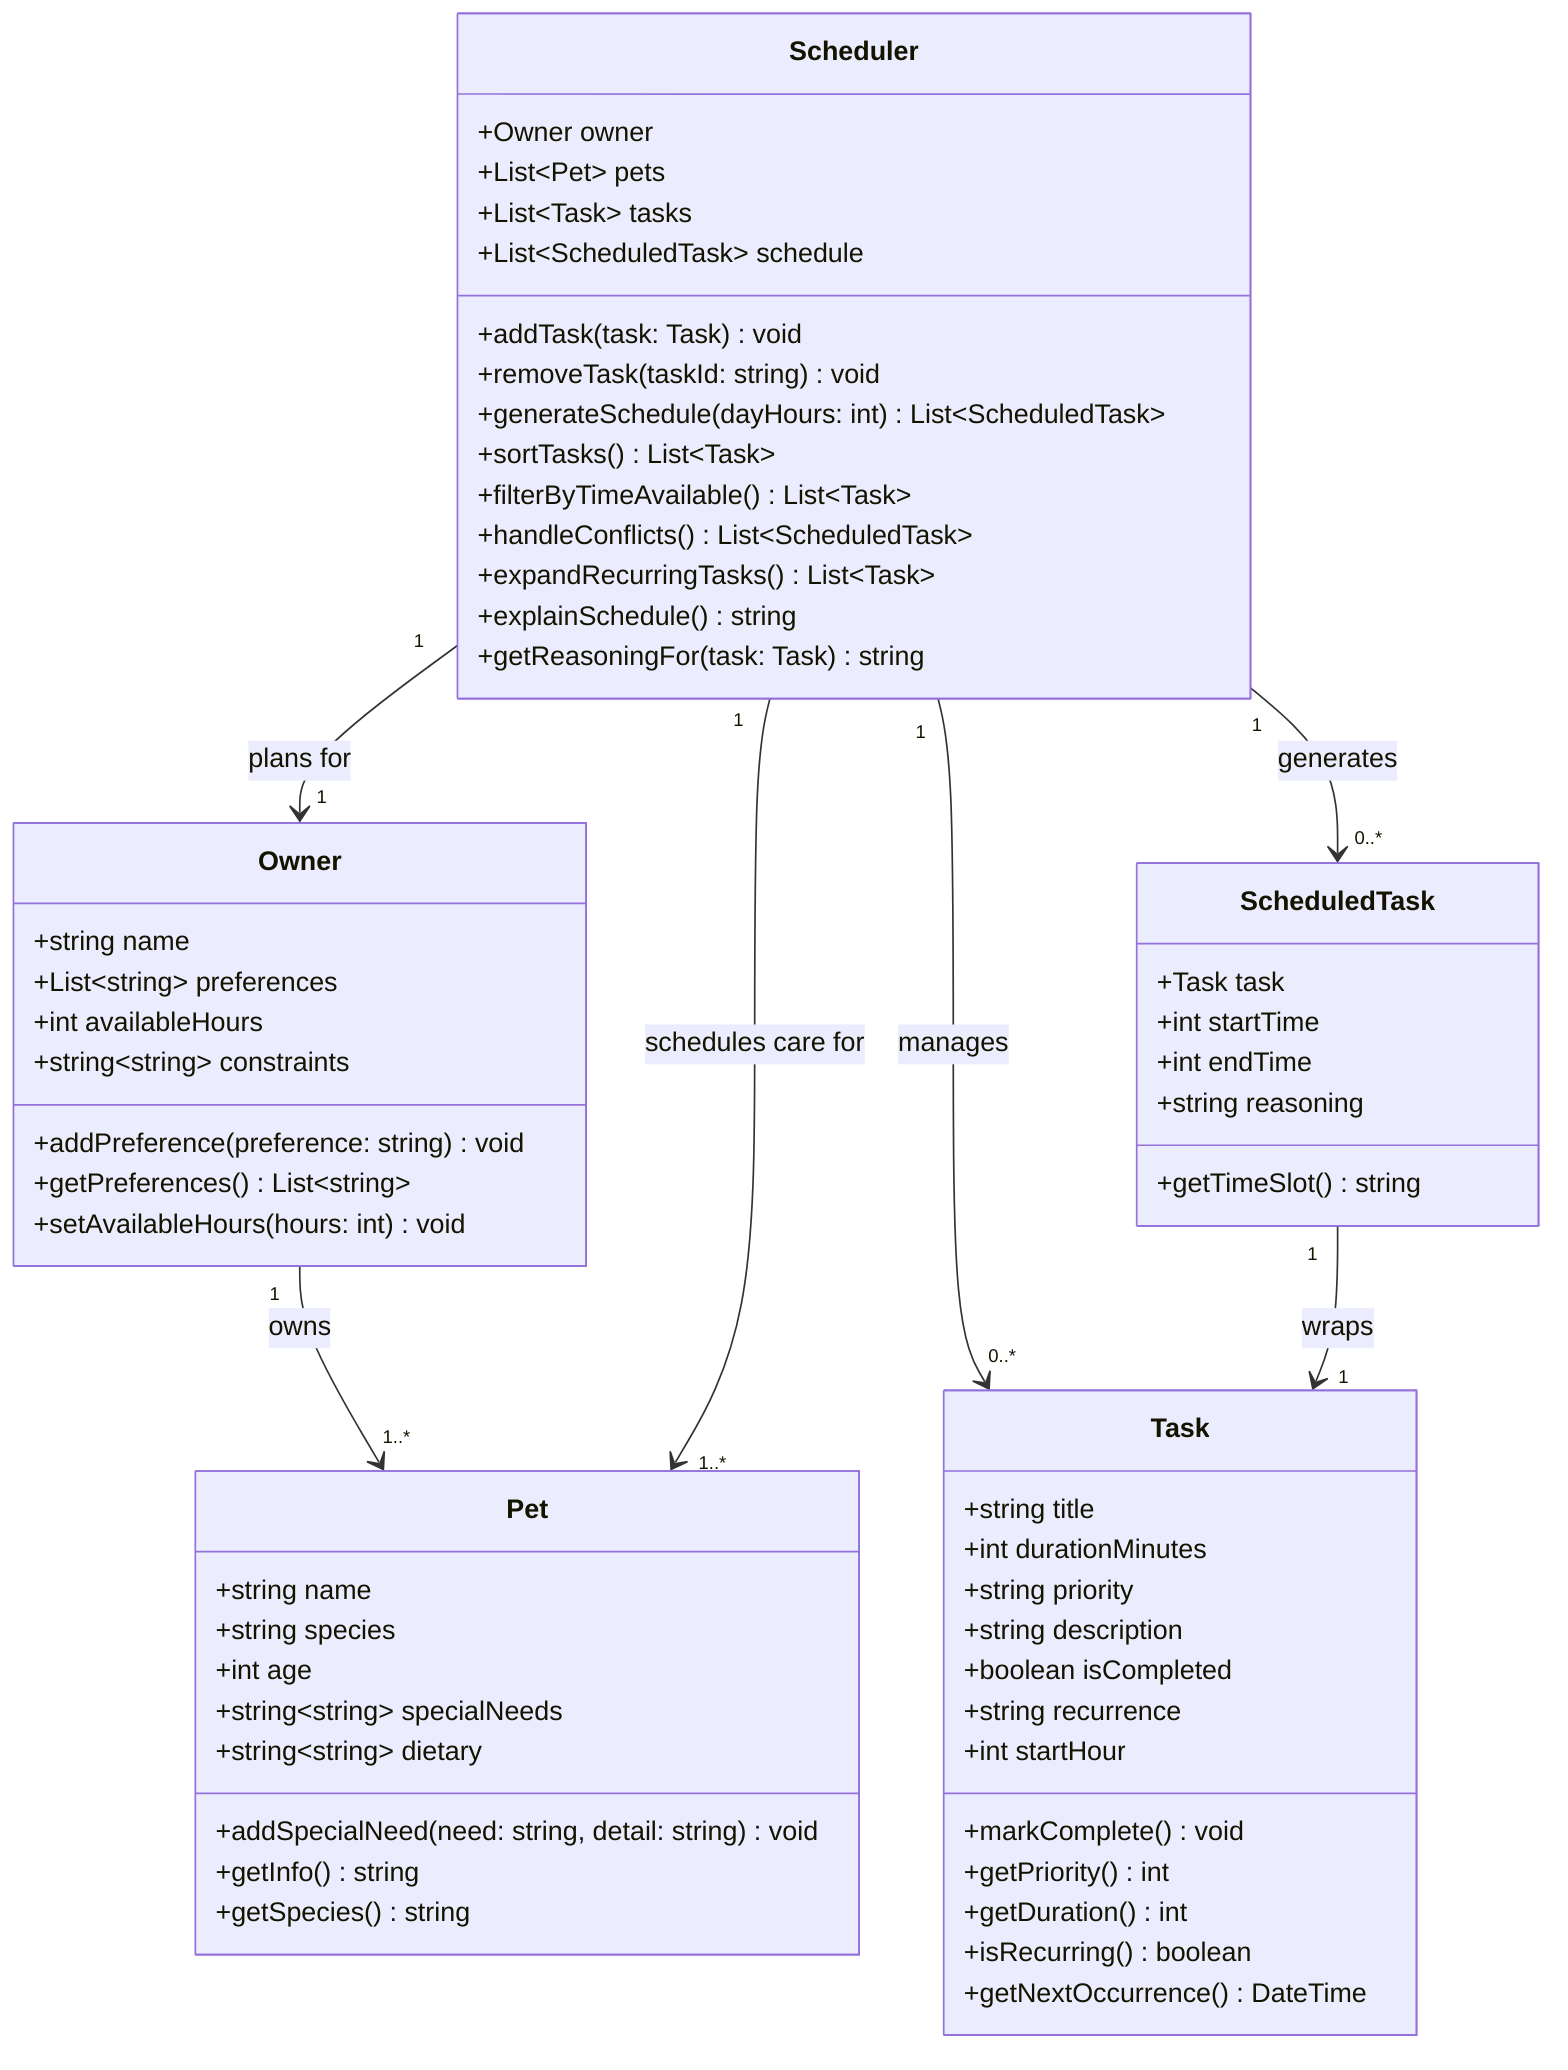
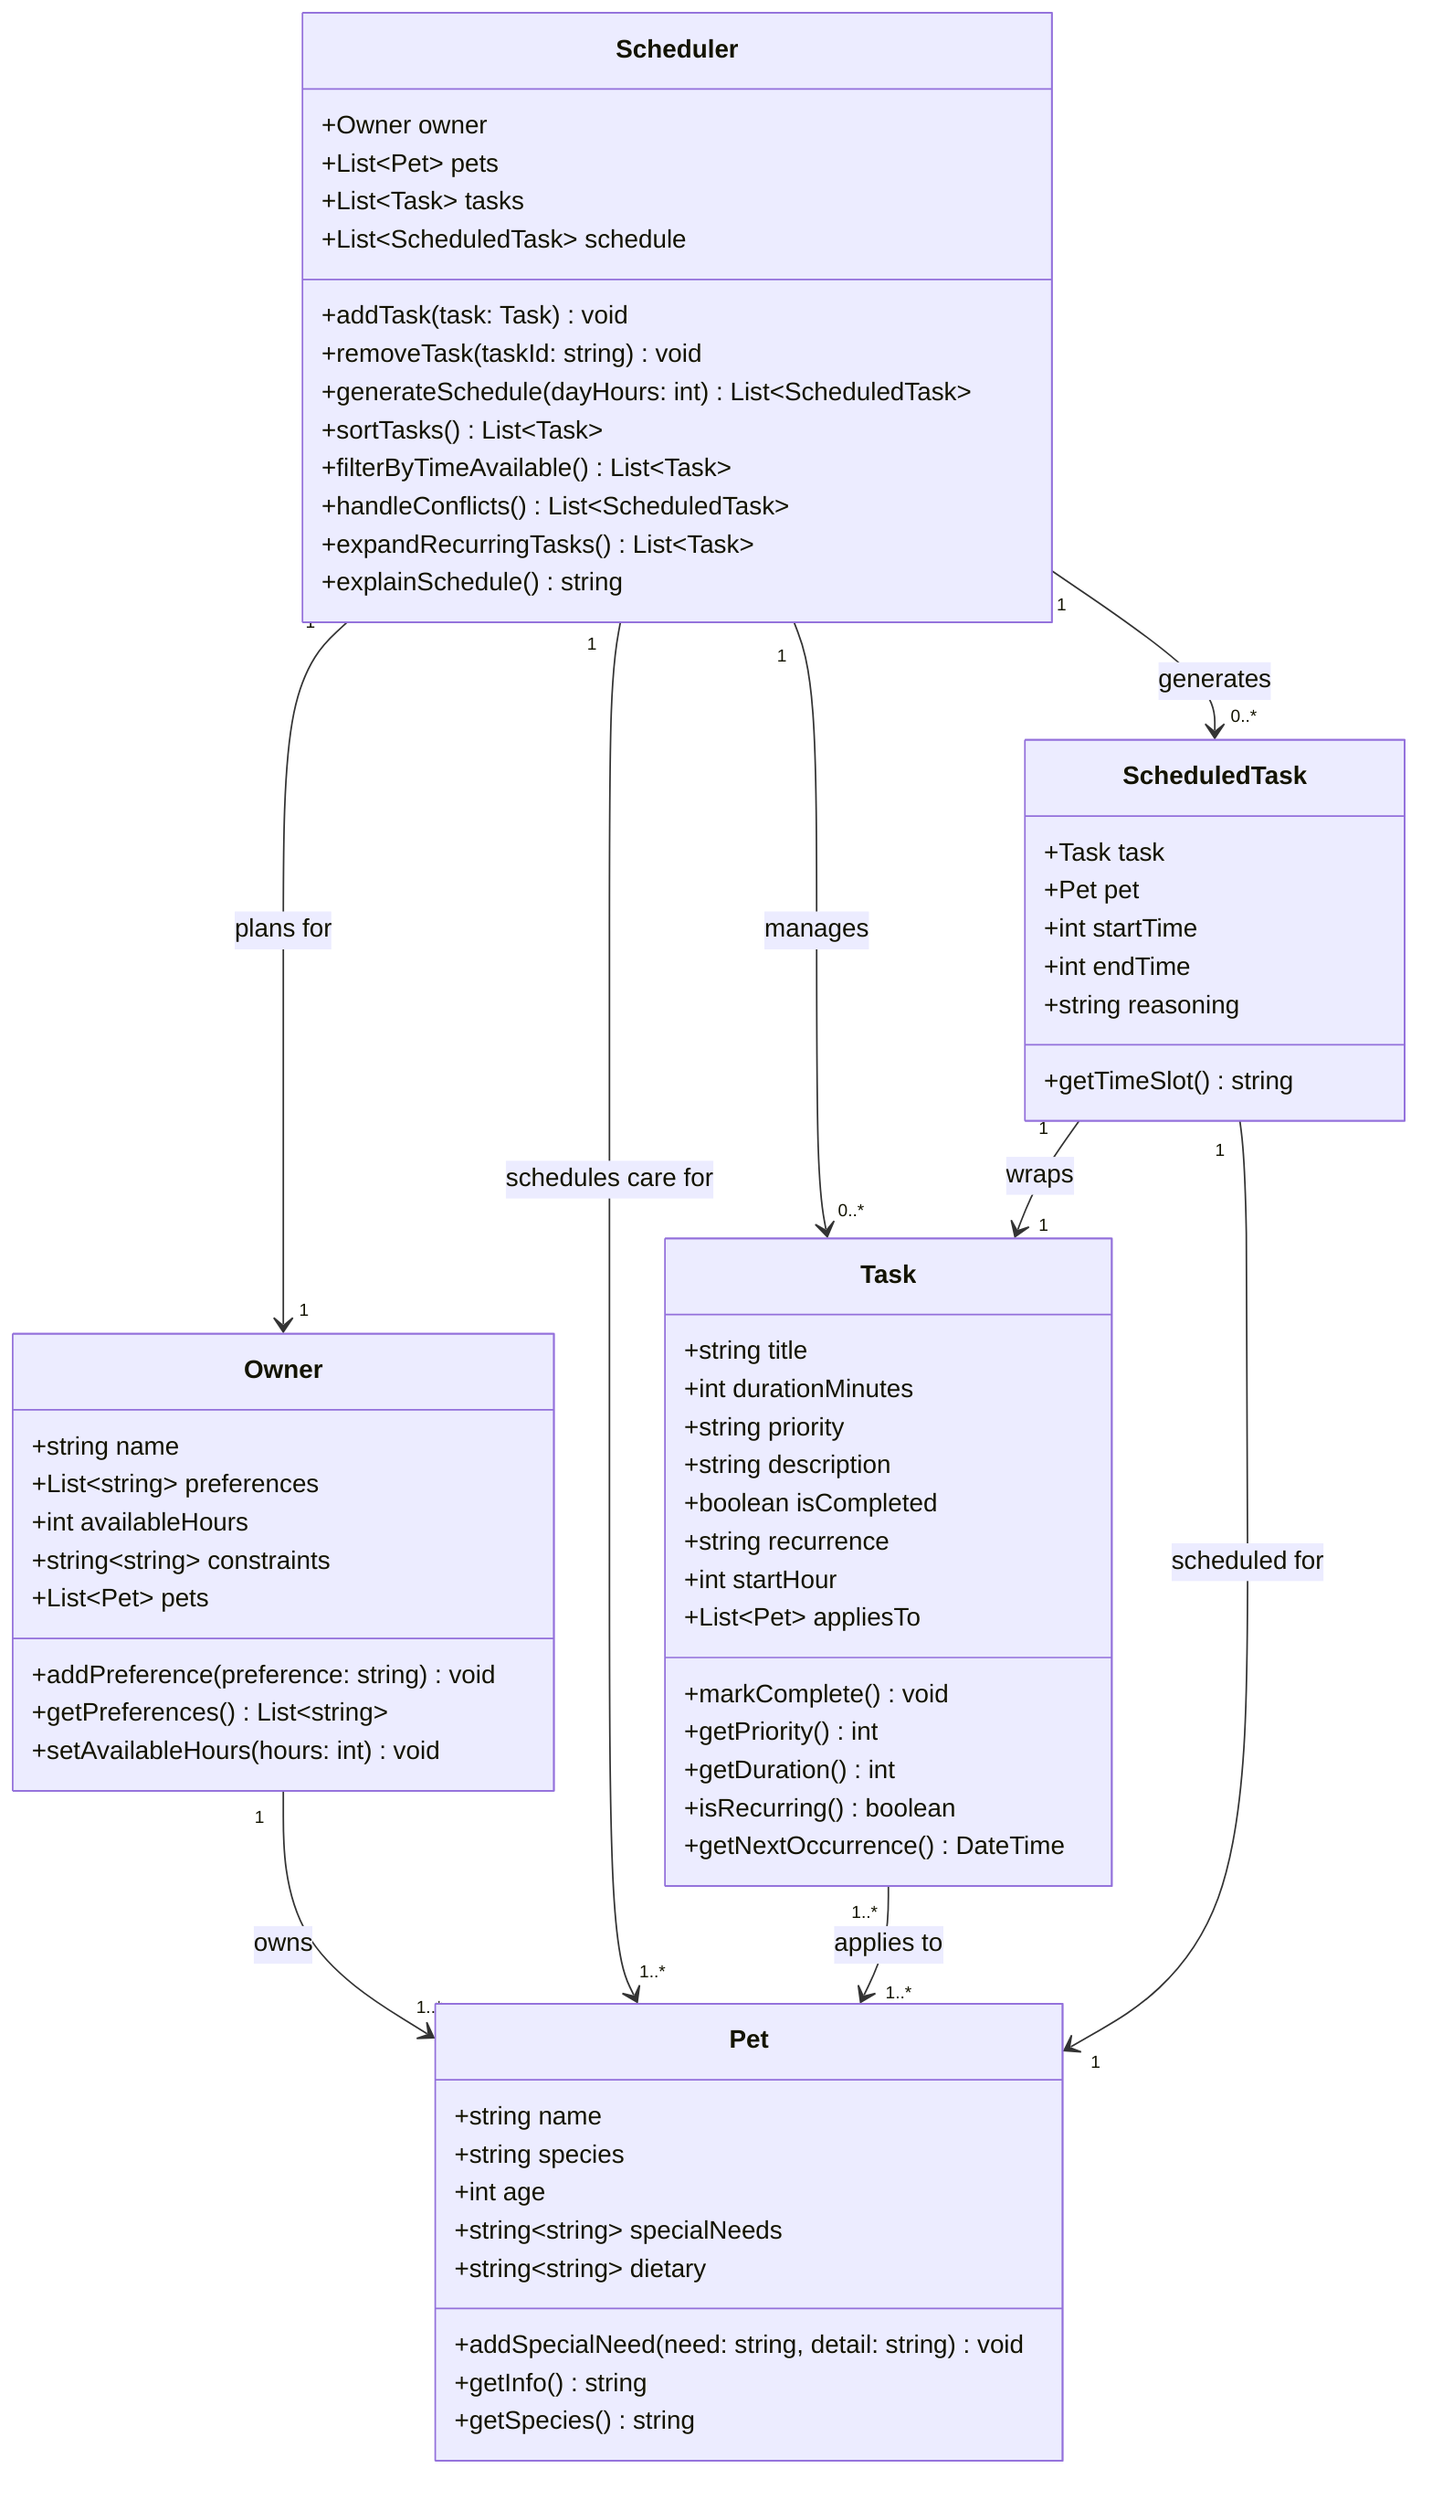
classDiagram
    class Owner {
        +string name
        +List~string~ preferences
        +int availableHours
        +string~string~ constraints
+         +List~Pet~ pets
        +addPreference(preference: string) void
        +getPreferences() List~string~
        +setAvailableHours(hours: int) void
    }

    class Pet {
        +string name
        +string species
        +int age
        +string~string~ specialNeeds
        +string~string~ dietary
        +addSpecialNeed(need: string, detail: string) void
        +getInfo() string
        +getSpecies() string
    }

    class Task {
        +string title
        +int durationMinutes
        +string priority
        +string description
        +boolean isCompleted
        +string recurrence
        +int startHour
+         +List~Pet~ appliesTo
        +markComplete() void
        +getPriority() int
        +getDuration() int
        +isRecurring() boolean
        +getNextOccurrence() DateTime
    }

    class ScheduledTask {
        +Task task
+         +Pet pet
        +int startTime
        +int endTime
        +string reasoning
        +getTimeSlot() string
    }

    class Scheduler {
        +Owner owner
        +List~Pet~ pets
        +List~Task~ tasks
        +List~ScheduledTask~ schedule
        +addTask(task: Task) void
        +removeTask(taskId: string) void
        +generateSchedule(dayHours: int) List~ScheduledTask~
        +sortTasks() List~Task~
        +filterByTimeAvailable() List~Task~
        +handleConflicts() List~ScheduledTask~
        +expandRecurringTasks() List~Task~
        +explainSchedule() string
-         +getReasoningFor(task: Task) string
    }

    Owner "1" --> "1..*" Pet : owns
    Scheduler "1" --> "1" Owner : plans for
    Scheduler "1" --> "1..*" Pet : schedules care for
    Scheduler "1" --> "0..*" Task : manages
    Scheduler "1" --> "0..*" ScheduledTask : generates
    ScheduledTask "1" --> "1" Task : wraps
+     Task "1..*" --> "1..*" Pet : applies to
+     ScheduledTask "1" --> "1" Pet : scheduled for
